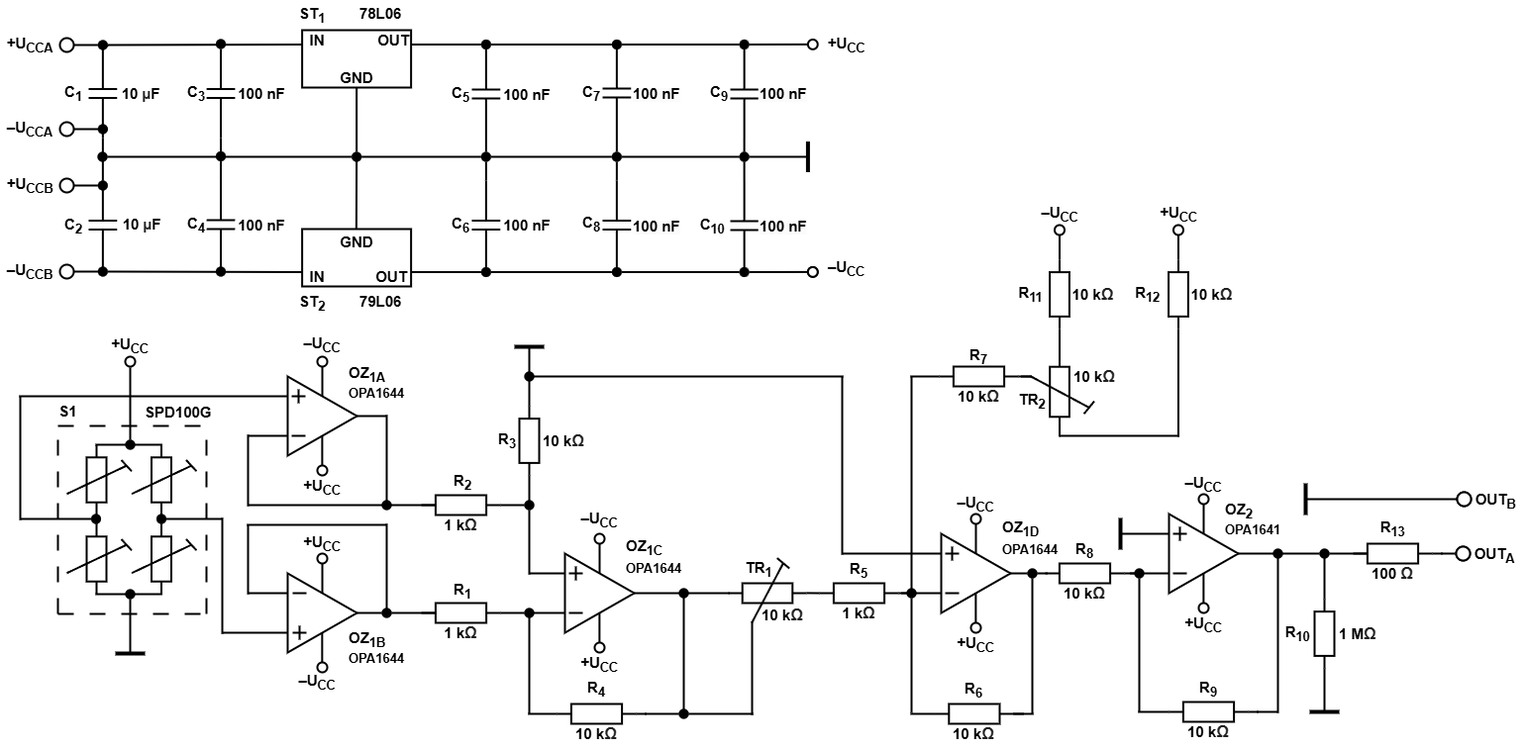
Above: spd100g.drawio.png in MarosFandel/Digital-elektronics-1 (draw.io), before the change. Source tidied: cells renumbered, new cells last; positions are measured from the earlier drawing's top-left corner, leaving out a move shared by most shapes.
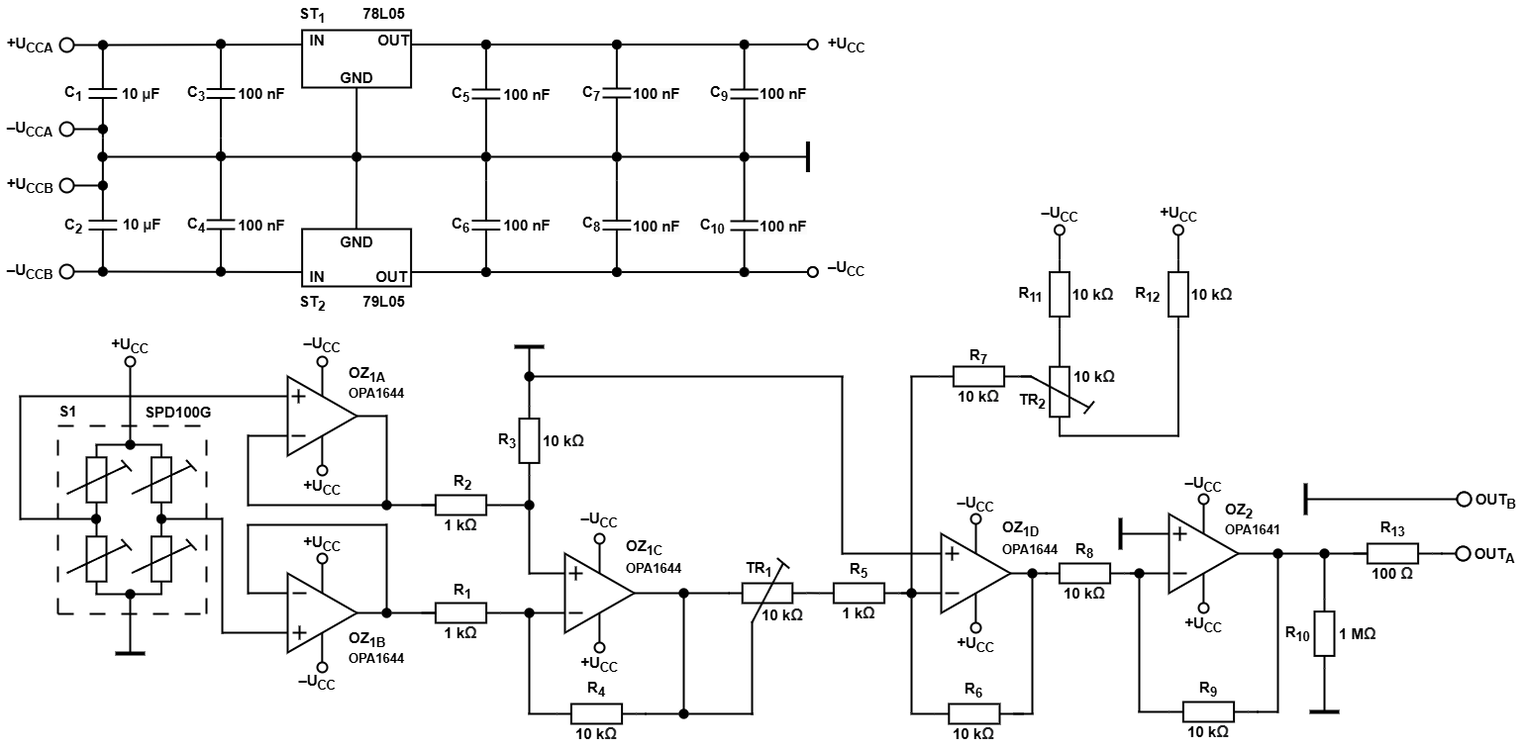
Later version of the same file.

The edit, as a diff of the source:
```diff
@@ -1410,10 +1410,10 @@
     <mxCell id="365" value="&lt;font style=&quot;font-size: 15px;&quot;&gt;&lt;b&gt;S1&lt;/b&gt;&lt;/font&gt;" style="text;html=1;align=center;verticalAlign=middle;strokeColor=none;fillColor=none;" parent="1" vertex="1">
       <mxGeometry x="48" y="400" width="40" height="30" as="geometry" />
     </mxCell>
-    <mxCell id="366" value="&lt;span style=&quot;font-size: 15px;&quot;&gt;&lt;b&gt;ST&lt;sub&gt;1&amp;nbsp; &amp;nbsp; &amp;nbsp; &amp;nbsp; &amp;nbsp;&amp;nbsp;&lt;/sub&gt;78L06&lt;/b&gt;&lt;/span&gt;" style="text;html=1;align=left;verticalAlign=middle;whiteSpace=wrap;rounded=0;" parent="1" vertex="1">
+    <mxCell id="366" value="&lt;span style=&quot;font-size: 15px;&quot;&gt;&lt;b&gt;ST&lt;sub&gt;1&amp;nbsp; &amp;nbsp; &amp;nbsp; &amp;nbsp; &amp;nbsp; &amp;nbsp;&lt;/sub&gt;78L05&lt;/b&gt;&lt;/span&gt;" style="text;html=1;align=left;verticalAlign=middle;whiteSpace=wrap;rounded=0;" parent="1" vertex="1">
       <mxGeometry x="300" width="110" height="30" as="geometry" />
     </mxCell>
-    <mxCell id="367" value="&lt;span style=&quot;font-size: 15px;&quot;&gt;&lt;b&gt;ST&lt;sub&gt;2&amp;nbsp; &amp;nbsp; &amp;nbsp; &amp;nbsp; &amp;nbsp;&amp;nbsp;&lt;/sub&gt;79L06&lt;/b&gt;&lt;/span&gt;" style="text;html=1;align=left;verticalAlign=middle;whiteSpace=wrap;rounded=0;" parent="1" vertex="1">
+    <mxCell id="367" value="&lt;span style=&quot;font-size: 15px;&quot;&gt;&lt;b&gt;ST&lt;sub&gt;2&amp;nbsp; &amp;nbsp; &amp;nbsp; &amp;nbsp; &amp;nbsp; &amp;nbsp;&lt;/sub&gt;79L05&lt;/b&gt;&lt;/span&gt;" style="text;html=1;align=left;verticalAlign=middle;whiteSpace=wrap;rounded=0;" parent="1" vertex="1">
       <mxGeometry x="300" y="291" width="110" height="30" as="geometry" />
     </mxCell>
     <mxCell id="368" value="&lt;b&gt;&lt;font style=&quot;font-size: 15px;&quot;&gt;OZ&lt;sub&gt;1A&lt;/sub&gt;&lt;/font&gt;&lt;/b&gt;&lt;div&gt;&lt;b&gt;&lt;font style=&quot;font-size: 13px;&quot;&gt;OPA1644&lt;/font&gt;&lt;/b&gt;&lt;/div&gt;" style="text;html=1;align=left;verticalAlign=middle;whiteSpace=wrap;rounded=0;" parent="1" vertex="1">
```
